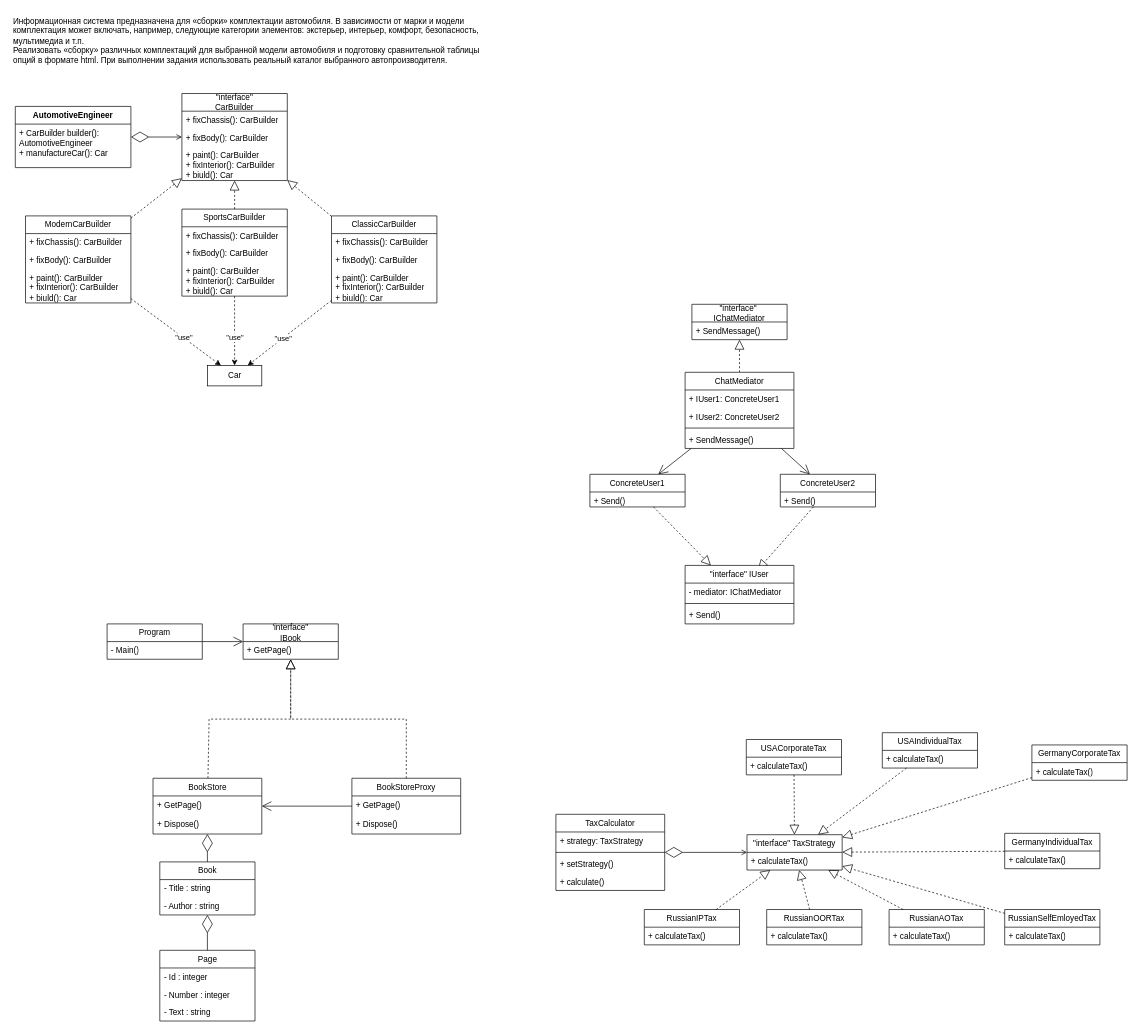
Earlier version of the draw.io diagram page "2 семестр" (2 of 3) of fist.lab.drawio (veradel/BEAUTY_GLAMOUR_932220). Source tidied: cells renumbered, new cells numbered last; positions are measured from the earlier drawing's top-left corner, leaving out a move shared by most shapes. Both pictures are drawn from the tidied source at 68%, with x=0, y=0 at pixel (12, 12).
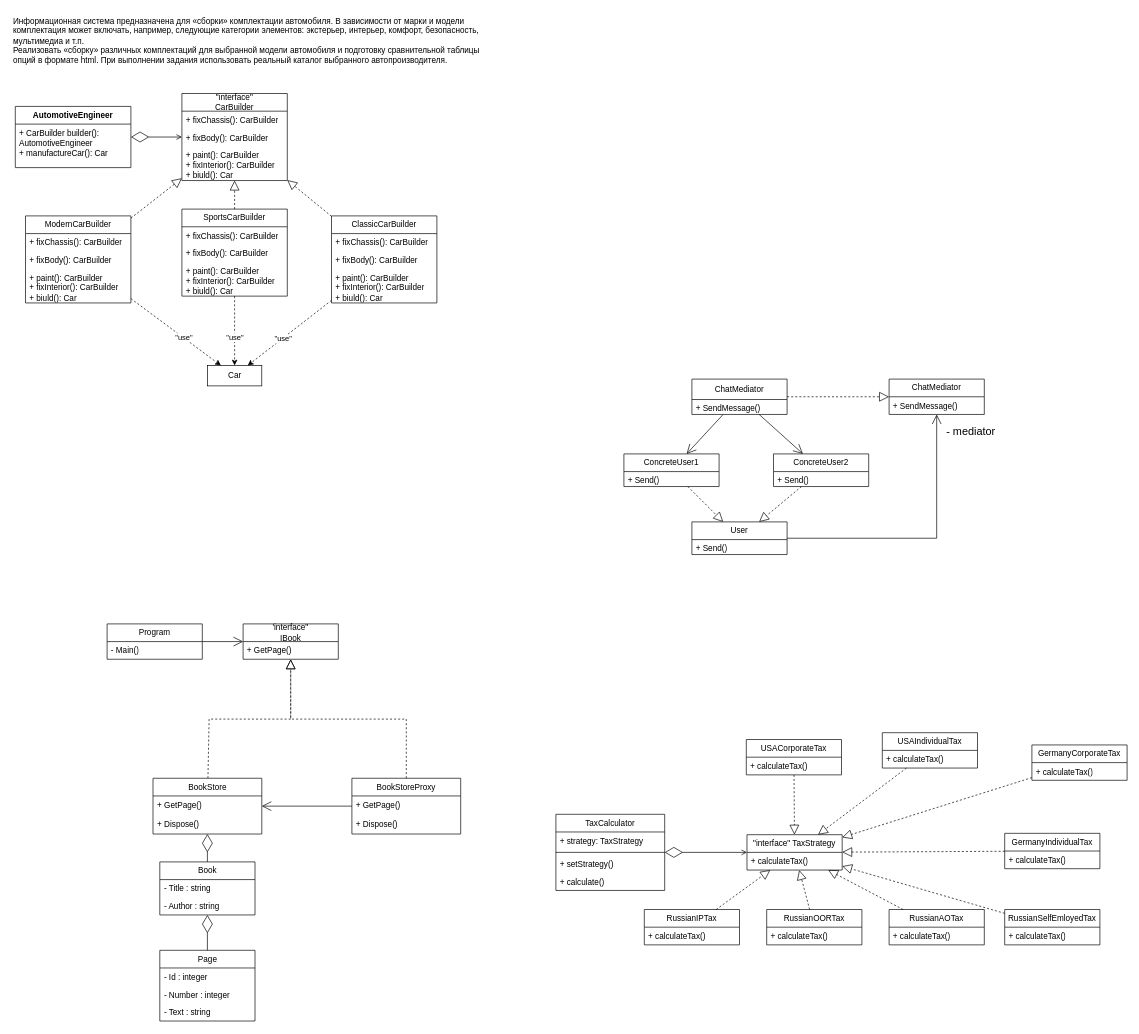
Above is the later version.

Diff of the diagram source:
```diff
@@
-    <mxCell id="55" value="&quot;interface&quot;&amp;nbsp;&lt;br&gt;IChatMediator" style="swimlane;fontStyle=0;horizontal=1;startSize=26;fillColor=none;whiteSpace=wrap;html=1;" parent="1" vertex="1">
-      <mxGeometry x="1000" y="430" width="140" height="52" as="geometry" />
+    <mxCell id="55" value="ChatMediator" style="swimlane;fontStyle=0;horizontal=1;startSize=26;fillColor=none;whiteSpace=wrap;html=1;" parent="1" vertex="1">
+      <mxGeometry x="1290" y="540" width="140" height="52" as="geometry" />
     </mxCell>
@@
     <mxCell id="58" value="ConcreteUser1" style="swimlane;fontStyle=0;horizontal=1;startSize=26;fillColor=none;whiteSpace=wrap;html=1;" parent="1" vertex="1">
-      <mxGeometry x="850" y="680" width="140" height="48" as="geometry" />
+      <mxGeometry x="900" y="650" width="140" height="48" as="geometry" />
     </mxCell>
@@
     <mxCell id="60" value="ConcreteUser2" style="swimlane;fontStyle=0;horizontal=1;startSize=26;fillColor=none;whiteSpace=wrap;html=1;" parent="1" vertex="1">
-      <mxGeometry x="1130" y="680" width="140" height="48" as="geometry" />
+      <mxGeometry x="1120" y="650" width="140" height="48" as="geometry" />
     </mxCell>
@@
-    <mxCell id="62" style="endArrow=block;endFill=0;endSize=12;html=1;rounded=0;dashed=1;" parent="1" edge="1" source="58" target="71">
+    <mxCell id="62" style="endArrow=block;endFill=0;endSize=12;html=1;rounded=0;dashed=1;" parent="1" edge="1" source="58" target="107">
       <mxGeometry relative="1" as="geometry" />
     </mxCell>
-    <mxCell id="63" style="endArrow=block;endFill=0;endSize=12;html=1;rounded=0;dashed=1;entryX=0.67;entryY=0.069;entryDx=0;entryDy=0;entryPerimeter=0;" parent="1" edge="1" source="60" target="71">
+    <mxCell id="63" style="endArrow=block;endFill=0;endSize=12;html=1;rounded=0;dashed=1;" parent="1" edge="1" source="60" target="107">
       <mxGeometry relative="1" as="geometry" />
     </mxCell>
-    <mxCell id="64" value="&lt;span style=&quot;font-weight: 400;&quot;&gt;ChatMediator&lt;/span&gt;" style="swimlane;fontStyle=1;align=center;verticalAlign=top;horizontal=1;startSize=26;whiteSpace=wrap;html=1;" parent="1" vertex="1">
-      <mxGeometry x="990" y="530" width="160" height="112" as="geometry" />
-    </mxCell>
-    <mxCell id="65" value="+ IUser1: ConcreteUser1" style="text;strokeColor=none;fillColor=none;align=left;verticalAlign=top;spacingLeft=4;spacingRight=4;overflow=hidden;whiteSpace=wrap;html=1;" parent="64" vertex="1">
-      <mxGeometry y="26" width="160" height="26" as="geometry" />
-    </mxCell>
-    <mxCell id="66" value="+ IUser2: ConcreteUser2" style="text;strokeColor=none;fillColor=none;align=left;verticalAlign=top;spacingLeft=4;spacingRight=4;overflow=hidden;whiteSpace=wrap;html=1;" parent="64" vertex="1">
-      <mxGeometry y="52" width="160" height="26" as="geometry" />
-    </mxCell>
-    <mxCell id="67" style="line;strokeWidth=1;fillColor=none;align=left;verticalAlign=middle;spacingTop=-1;spacingLeft=3;spacingRight=3;labelPosition=right;strokeColor=inherit;" parent="64" vertex="1">
-      <mxGeometry y="78" width="160" height="8" as="geometry" />
-    </mxCell>
-    <mxCell id="68" value="+ SendMessage()" style="text;strokeColor=none;fillColor=none;align=left;verticalAlign=top;spacingLeft=4;spacingRight=4;overflow=hidden;whiteSpace=wrap;html=1;" parent="64" vertex="1">
-      <mxGeometry y="86" width="160" height="26" as="geometry" />
-    </mxCell>
@@
-    <mxCell id="71" value="&lt;span style=&quot;font-weight: 400;&quot;&gt;&quot;interface&quot;&amp;nbsp;&lt;/span&gt;&lt;span style=&quot;font-weight: 400;&quot;&gt;IUser&lt;/span&gt;" style="swimlane;fontStyle=1;align=center;verticalAlign=top;horizontal=1;startSize=26;whiteSpace=wrap;html=1;" parent="1" vertex="1">
-      <mxGeometry x="990" y="814" width="160" height="86" as="geometry" />
-    </mxCell>
-    <mxCell id="72" value="- mediator: IChatMediator" style="text;strokeColor=none;fillColor=none;align=left;verticalAlign=top;spacingLeft=4;spacingRight=4;overflow=hidden;whiteSpace=wrap;html=1;" parent="71" vertex="1">
-      <mxGeometry y="26" width="160" height="26" as="geometry" />
-    </mxCell>
-    <mxCell id="73" style="line;strokeWidth=1;fillColor=none;align=left;verticalAlign=middle;spacingTop=-1;spacingLeft=3;spacingRight=3;labelPosition=right;strokeColor=inherit;" parent="71" vertex="1">
-      <mxGeometry y="52" width="160" height="8" as="geometry" />
-    </mxCell>
-    <mxCell id="74" value="+ Send()" style="text;strokeColor=none;fillColor=none;align=left;verticalAlign=top;spacingLeft=4;spacingRight=4;overflow=hidden;whiteSpace=wrap;html=1;" parent="71" vertex="1">
-      <mxGeometry y="60" width="160" height="26" as="geometry" />
-    </mxCell>
@@
+    <mxCell id="64" value="ChatMediator" style="swimlane;fontStyle=0;horizontal=1;startSize=30;fillColor=none;whiteSpace=wrap;html=1;" parent="1" vertex="1">
+      <mxGeometry x="1000" y="540" width="140" height="52" as="geometry" />
+    </mxCell>
+    <mxCell id="68" value="+ SendMessage()" style="text;strokeColor=none;fillColor=none;align=left;verticalAlign=top;spacingLeft=4;spacingRight=4;overflow=hidden;whiteSpace=wrap;html=1;" parent="64" vertex="1">
+      <mxGeometry y="30" width="140" height="22" as="geometry" />
+    </mxCell>
+    <mxCell id="107" value="User" style="swimlane;fontStyle=0;horizontal=1;startSize=26;fillColor=none;whiteSpace=wrap;html=1;" parent="1" vertex="1">
+      <mxGeometry x="1000" y="750" width="140" height="48" as="geometry" />
+    </mxCell>
+    <mxCell id="74" value="+ Send()" style="text;strokeColor=none;fillColor=none;align=left;verticalAlign=top;spacingLeft=4;spacingRight=4;overflow=hidden;whiteSpace=wrap;html=1;" parent="107" vertex="1">
+      <mxGeometry y="26" width="140" height="22" as="geometry" />
+    </mxCell>
+    <mxCell id="108" style="endArrow=open;endFill=1;endSize=12;html=1;rounded=0;" parent="1" edge="1" source="107" target="55">
+      <mxGeometry relative="1" as="geometry">
+        <Array as="points">
+          <mxPoint x="1360" y="774" />
+        </Array>
+      </mxGeometry>
+    </mxCell>
+    <mxCell id="109" value="- mediator" style="text;html=1;align=center;verticalAlign=middle;strokeColor=none;fillColor=none;fontSize=16;" parent="1" vertex="1">
+      <mxGeometry x="1360" y="601" width="100" height="30" as="geometry" />
+    </mxCell>
```
